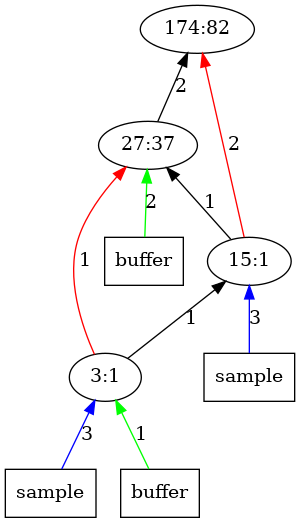
Earlier version of the Graphviz export outputImages/op82.png.png (AbhikKhan/MTP_IITG). Its source is kept beside it as outputTrees/op82.dot.
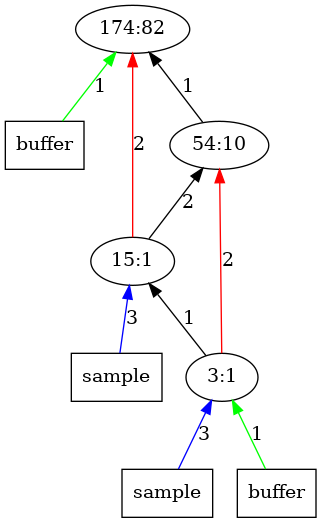
Above is the later version.

The edit, as a diff of the source:
```diff
@@ -1,17 +1,17 @@
 digraph Tree{
 	rankdir="BT"
+	x12 -> 1 [label = "1", color = "green"];
+	x12 [label = "buffer", shape = "box"];
 	1 [label = "174:82"];
-	2 -> 1 [label = "2", color = "black"];
-	x22 -> 2 [label = "2", color = "green"];
-	x22 [label = "buffer", shape = "box"];
-	2 [label = "27:37"];
-	3 -> 2 [label = "1", color = "black"];
+	2 -> 1 [label = "1", color = "black"];
+	2 [label = "54:10"];
+	3 -> 2 [label = "2", color = "black"];
 	3 -> 1 [label = "2", color = "red"];
 	x31 -> 3 [label = "3", color = "blue"];
 	x31 [label = "sample", shape = "box"];
 	3 [label = "15:1"];
+	4 -> 2 [label = "2", color = "red"];
 	4 -> 3 [label = "1", color = "black"];
-	4 -> 2 [label = "1", color = "red"];
 	x41 -> 4 [label = "3", color = "blue"];
 	x41 [label = "sample", shape = "box"];
 	x42 -> 4 [label = "1", color = "green"];
```
